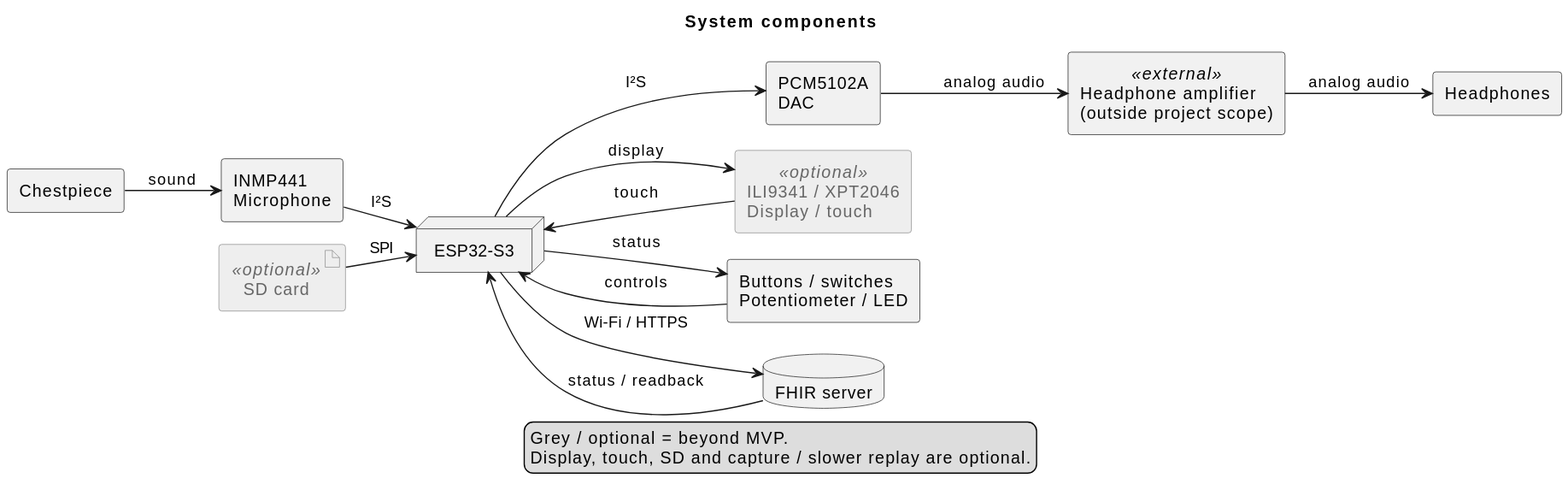
Above: Development/system/architecture/rendered/system_components.svg in DemonicPsychoII/DigitalStethoscope (PlantUML), before the change.
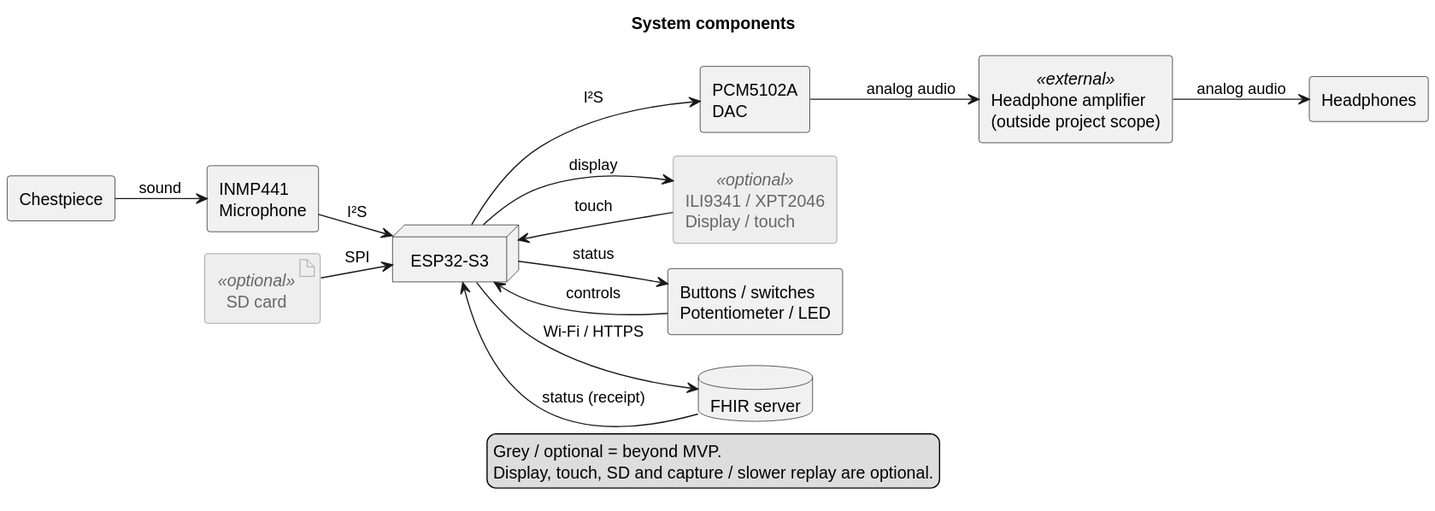
After the change.

The edit, as a diff of the source:
```diff
@@ -36,7 +36,7 @@
 cpu --> ui : display
 sd --> cpu : SPI
 cpu --> server : Wi-Fi / HTTPS
-server --> cpu : status / readback
+server --> cpu : status (receipt)
 legend bottom
   Grey / optional = beyond MVP.
   Display, touch, SD and capture / slower replay are optional.
```
